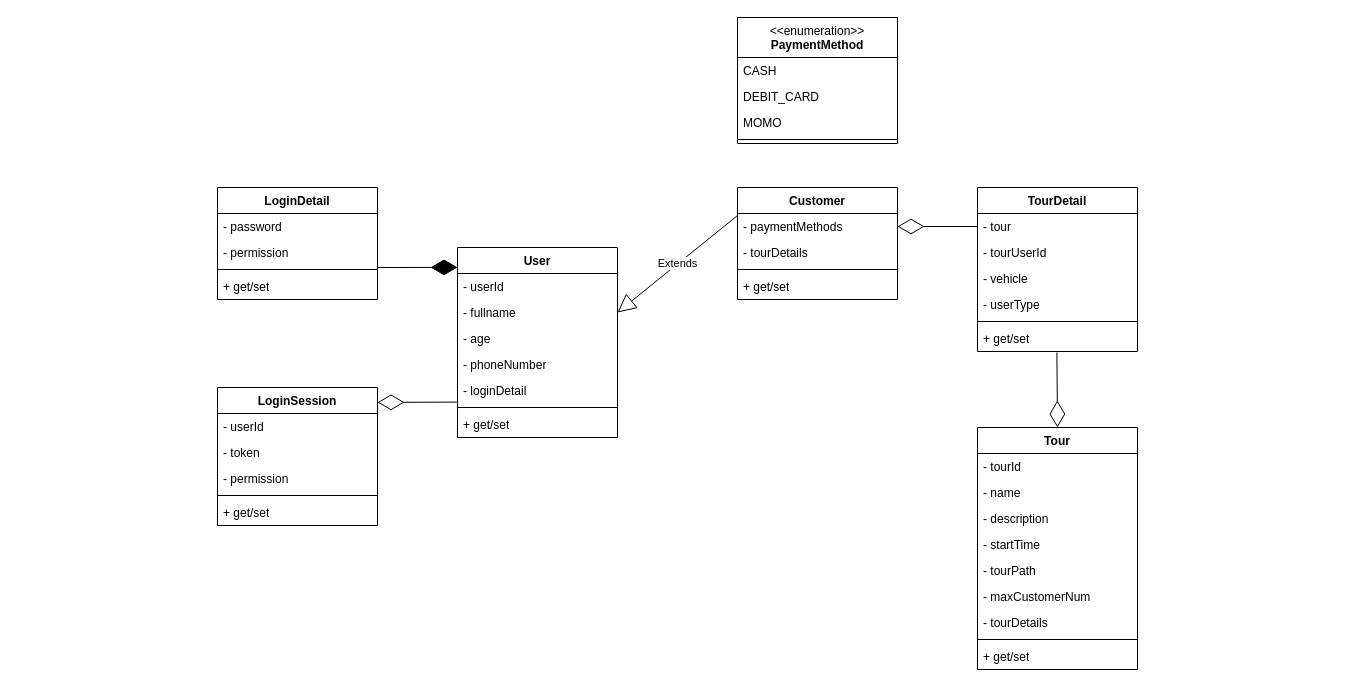
Earlier version of the draw.io diagram page "Class Diagram (Backend)" (3 of 7) of document/diagram.drawio (BlenDMinh/SaigonTour). Source tidied: cells renumbered, new cells numbered last; positions are measured from the earlier drawing's top-left corner, leaving out a move shared by most shapes. Both pictures are drawn from the tidied source at 100%, with x=0, y=0 at pixel (217, 17).
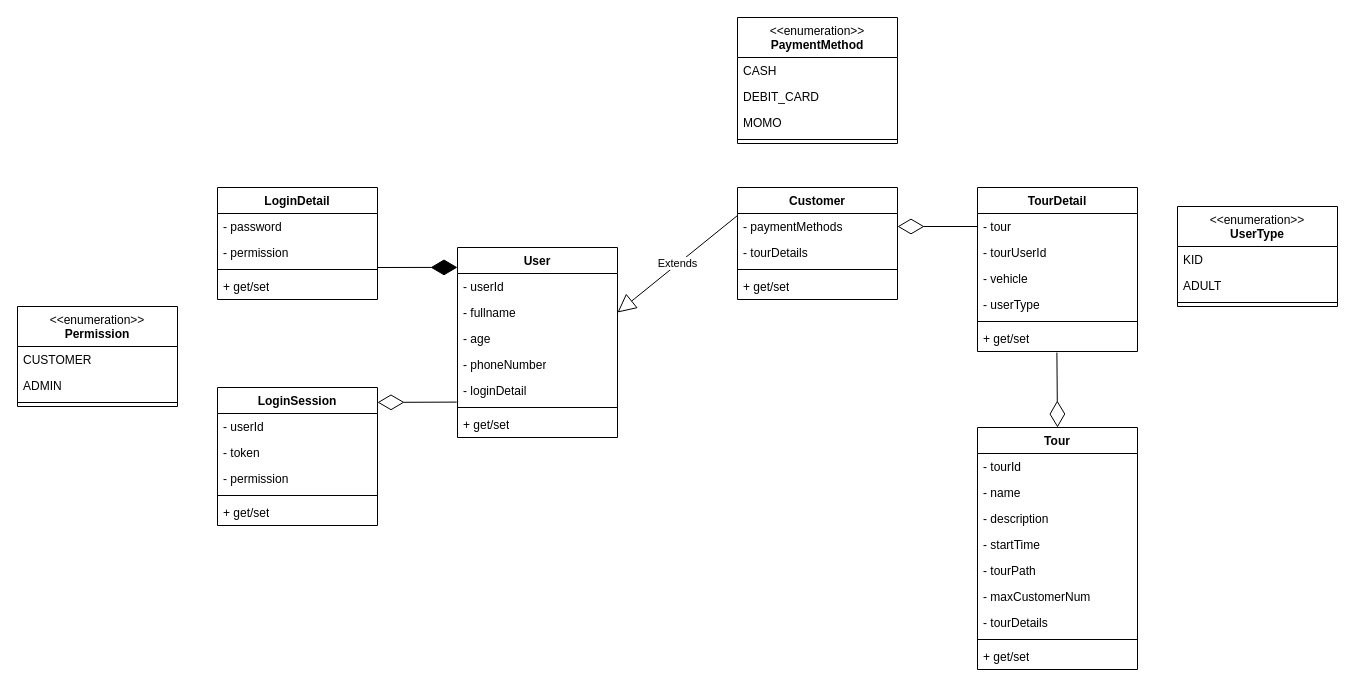
After the change.

Diff of the diagram source:
```diff
@@
+    <mxCell id="53" value="&lt;span style=&quot;font-weight: normal;&quot;&gt;&amp;lt;&amp;lt;enumeration&amp;gt;&amp;gt;&lt;/span&gt;&lt;br&gt;UserType" style="swimlane;fontStyle=1;align=center;verticalAlign=top;horizontal=1;startSize=40;whiteSpace=wrap;html=1;" parent="1" vertex="1">
+      <mxGeometry x="960" y="189" width="160" height="100" as="geometry" />
+    </mxCell>
+    <mxCell id="54" value="KID" style="text;strokeColor=none;fillColor=none;align=left;verticalAlign=top;spacingLeft=4;spacingRight=4;overflow=hidden;whiteSpace=wrap;html=1;" parent="53" vertex="1">
+      <mxGeometry y="40" width="160" height="26" as="geometry" />
+    </mxCell>
+    <mxCell id="55" value="ADULT" style="text;strokeColor=none;fillColor=none;align=left;verticalAlign=top;spacingLeft=4;spacingRight=4;overflow=hidden;whiteSpace=wrap;html=1;" parent="53" vertex="1">
+      <mxGeometry y="66" width="160" height="26" as="geometry" />
+    </mxCell>
+    <mxCell id="56" style="line;strokeWidth=1;fillColor=none;align=left;verticalAlign=middle;spacingTop=-1;spacingLeft=3;spacingRight=3;labelPosition=right;strokeColor=inherit;" parent="53" vertex="1">
+      <mxGeometry y="92" width="160" height="8" as="geometry" />
+    </mxCell>
+    <mxCell id="57" value="&lt;span style=&quot;font-weight: normal;&quot;&gt;&amp;lt;&amp;lt;enumeration&amp;gt;&amp;gt;&lt;/span&gt;&lt;br&gt;Permission" style="swimlane;fontStyle=1;align=center;verticalAlign=top;horizontal=1;startSize=40;whiteSpace=wrap;html=1;" parent="1" vertex="1">
+      <mxGeometry x="-200" y="289" width="160" height="100" as="geometry" />
+    </mxCell>
+    <mxCell id="58" value="CUSTOMER" style="text;strokeColor=none;fillColor=none;align=left;verticalAlign=top;spacingLeft=4;spacingRight=4;overflow=hidden;whiteSpace=wrap;html=1;" parent="57" vertex="1">
+      <mxGeometry y="40" width="160" height="26" as="geometry" />
+    </mxCell>
+    <mxCell id="59" value="ADMIN" style="text;strokeColor=none;fillColor=none;align=left;verticalAlign=top;spacingLeft=4;spacingRight=4;overflow=hidden;whiteSpace=wrap;html=1;" parent="57" vertex="1">
+      <mxGeometry y="66" width="160" height="26" as="geometry" />
+    </mxCell>
+    <mxCell id="60" style="line;strokeWidth=1;fillColor=none;align=left;verticalAlign=middle;spacingTop=-1;spacingLeft=3;spacingRight=3;labelPosition=right;strokeColor=inherit;" parent="57" vertex="1">
+      <mxGeometry y="92" width="160" height="8" as="geometry" />
+    </mxCell>
```
